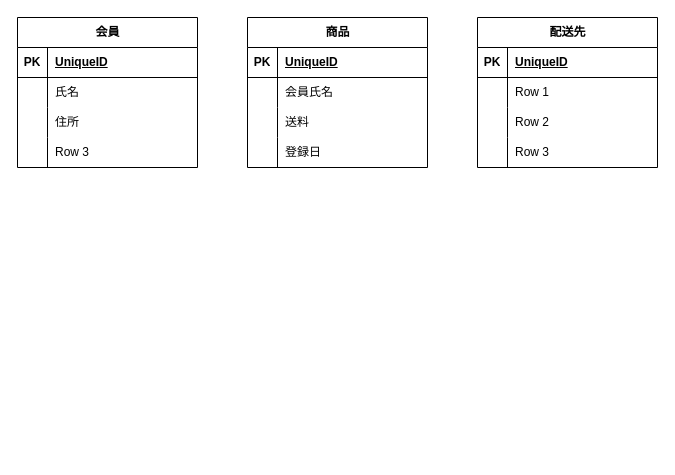
The draw.io diagram 名称未設定ファイル.drawio in syusaku18/git-practice1, before the edit. Source tidied: cells renumbered, new cells numbered last; positions are measured from the earlier drawing's top-left corner, leaving out a move shared by most shapes. Both pictures are drawn from the tidied source at 100%, with x=0, y=0 at pixel (17, 17).
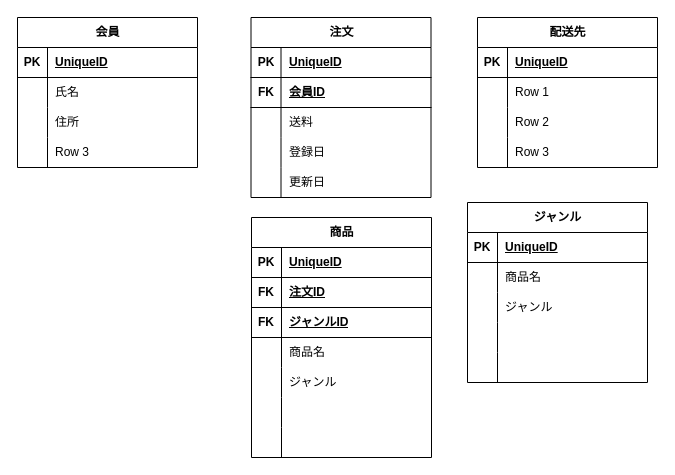
The same page after the edit.

Commit message (it also covers changes not shown here):
名称未設定ファイル.drawio を更新します

Diff of the diagram source:
```diff
@@
-    <mxCell id="2" value="商品" style="shape=table;startSize=30;childLayout=tableLayout;rowLines=0;fontStyle=1;align=center;html=1;" parent="1" vertex="1">
-      <mxGeometry x="230" width="180" height="150" as="geometry" />
+    <mxCell id="2" value="注文" style="shape=table;startSize=30;childLayout=tableLayout;rowLines=0;fontStyle=1;align=center;html=1;" parent="1" vertex="1">
+      <mxGeometry x="233.5" width="180" height="180" as="geometry" />
     </mxCell>
@@
-    <mxCell id="6" style="shape=tableRow;horizontal=0;startSize=0;swimlaneHead=0;swimlaneBody=0;fillColor=none;top=0;left=0;right=0;bottom=0;" parent="2" vertex="1">
-      <mxGeometry y="60" width="180" height="30" as="geometry" />
-    </mxCell>
-    <mxCell id="7" style="shape=partialRectangle;fillColor=none;top=0;left=0;bottom=0;right=0;overflow=hidden;whiteSpace=wrap;html=1;" parent="6" vertex="1">
-      <mxGeometry width="30" height="30" as="geometry" />
-    </mxCell>
-    <mxCell id="8" value="会員氏名" style="shape=partialRectangle;fillColor=none;top=0;left=0;bottom=0;right=0;align=left;spacingLeft=6;overflow=hidden;whiteSpace=wrap;html=1;" parent="6" vertex="1">
-      <mxGeometry x="30" width="150" height="30" as="geometry" />
-    </mxCell>
+    <mxCell id="41" style="shape=tableRow;horizontal=0;startSize=0;swimlaneHead=0;swimlaneBody=0;fillColor=none;top=0;left=0;right=0;bottom=1;" parent="2" vertex="1">
+      <mxGeometry y="60" width="180" height="30" as="geometry" />
+    </mxCell>
+    <mxCell id="42" value="FK" style="shape=partialRectangle;fillColor=none;top=0;left=0;bottom=0;right=0;fontStyle=1;overflow=hidden;whiteSpace=wrap;html=1;" parent="41" vertex="1">
+      <mxGeometry width="30" height="30" as="geometry" />
+    </mxCell>
+    <mxCell id="43" value="会員ID" style="shape=partialRectangle;fillColor=none;top=0;left=0;bottom=0;right=0;align=left;spacingLeft=6;fontStyle=5;overflow=hidden;whiteSpace=wrap;html=1;" parent="41" vertex="1">
+      <mxGeometry x="30" width="150" height="30" as="geometry" />
+    </mxCell>
@@
+    <mxCell id="44" style="shape=tableRow;horizontal=0;startSize=0;swimlaneHead=0;swimlaneBody=0;fillColor=none;top=0;left=0;right=0;bottom=0;" parent="2" vertex="1">
+      <mxGeometry y="150" width="180" height="30" as="geometry" />
+    </mxCell>
+    <mxCell id="45" value="&lt;br&gt;" style="shape=partialRectangle;fillColor=none;top=0;left=0;bottom=0;right=0;overflow=hidden;whiteSpace=wrap;html=1;" parent="44" vertex="1">
+      <mxGeometry width="30" height="30" as="geometry" />
+    </mxCell>
+    <mxCell id="46" value="更新日" style="shape=partialRectangle;fillColor=none;top=0;left=0;bottom=0;right=0;align=left;spacingLeft=6;overflow=hidden;whiteSpace=wrap;html=1;" parent="44" vertex="1">
+      <mxGeometry x="30" width="150" height="30" as="geometry" />
+    </mxCell>
@@
+    <mxCell id="47" value="商品" style="shape=table;startSize=30;childLayout=tableLayout;rowLines=0;fontStyle=1;align=center;html=1;" parent="1" vertex="1">
+      <mxGeometry x="234" y="200" width="180" height="240" as="geometry" />
+    </mxCell>
+    <mxCell id="48" style="shape=tableRow;horizontal=0;startSize=0;swimlaneHead=0;swimlaneBody=0;fillColor=none;top=0;left=0;right=0;bottom=1;" parent="47" vertex="1">
+      <mxGeometry y="30" width="180" height="30" as="geometry" />
+    </mxCell>
+    <mxCell id="49" value="PK" style="shape=partialRectangle;fillColor=none;top=0;left=0;bottom=0;right=0;fontStyle=1;overflow=hidden;whiteSpace=wrap;html=1;" parent="48" vertex="1">
+      <mxGeometry width="30" height="30" as="geometry" />
+    </mxCell>
+    <mxCell id="50" value="UniqueID" style="shape=partialRectangle;fillColor=none;top=0;left=0;bottom=0;right=0;align=left;spacingLeft=6;fontStyle=5;overflow=hidden;whiteSpace=wrap;html=1;" parent="48" vertex="1">
+      <mxGeometry x="30" width="150" height="30" as="geometry" />
+    </mxCell>
+    <mxCell id="51" style="shape=tableRow;horizontal=0;startSize=0;swimlaneHead=0;swimlaneBody=0;fillColor=none;top=0;left=0;right=0;bottom=1;" parent="47" vertex="1">
+      <mxGeometry y="60" width="180" height="30" as="geometry" />
+    </mxCell>
+    <mxCell id="52" value="FK" style="shape=partialRectangle;fillColor=none;top=0;left=0;bottom=0;right=0;fontStyle=1;overflow=hidden;whiteSpace=wrap;html=1;" parent="51" vertex="1">
+      <mxGeometry width="30" height="30" as="geometry" />
+    </mxCell>
+    <mxCell id="53" value="注文ID" style="shape=partialRectangle;fillColor=none;top=0;left=0;bottom=0;right=0;align=left;spacingLeft=6;fontStyle=5;overflow=hidden;whiteSpace=wrap;html=1;" parent="51" vertex="1">
+      <mxGeometry x="30" width="150" height="30" as="geometry" />
+    </mxCell>
+    <mxCell id="54" style="shape=tableRow;horizontal=0;startSize=0;swimlaneHead=0;swimlaneBody=0;fillColor=none;top=0;left=0;right=0;bottom=1;" parent="47" vertex="1">
+      <mxGeometry y="90" width="180" height="30" as="geometry" />
+    </mxCell>
+    <mxCell id="55" value="FK" style="shape=partialRectangle;fillColor=none;top=0;left=0;bottom=0;right=0;fontStyle=1;overflow=hidden;whiteSpace=wrap;html=1;" parent="54" vertex="1">
+      <mxGeometry width="30" height="30" as="geometry" />
+    </mxCell>
+    <mxCell id="56" value="ジャンルID" style="shape=partialRectangle;fillColor=none;top=0;left=0;bottom=0;right=0;align=left;spacingLeft=6;fontStyle=5;overflow=hidden;whiteSpace=wrap;html=1;" parent="54" vertex="1">
+      <mxGeometry x="30" width="150" height="30" as="geometry" />
+    </mxCell>
+    <mxCell id="57" style="shape=tableRow;horizontal=0;startSize=0;swimlaneHead=0;swimlaneBody=0;fillColor=none;top=0;left=0;right=0;bottom=0;" parent="47" vertex="1">
+      <mxGeometry y="120" width="180" height="30" as="geometry" />
+    </mxCell>
+    <mxCell id="58" style="shape=partialRectangle;fillColor=none;top=0;left=0;bottom=0;right=0;overflow=hidden;whiteSpace=wrap;html=1;" parent="57" vertex="1">
+      <mxGeometry width="30" height="30" as="geometry" />
+    </mxCell>
+    <mxCell id="59" value="商品名" style="shape=partialRectangle;fillColor=none;top=0;left=0;bottom=0;right=0;align=left;spacingLeft=6;overflow=hidden;whiteSpace=wrap;html=1;" parent="57" vertex="1">
+      <mxGeometry x="30" width="150" height="30" as="geometry" />
+    </mxCell>
+    <mxCell id="60" style="shape=tableRow;horizontal=0;startSize=0;swimlaneHead=0;swimlaneBody=0;fillColor=none;top=0;left=0;right=0;bottom=0;" parent="47" vertex="1">
+      <mxGeometry y="150" width="180" height="30" as="geometry" />
+    </mxCell>
+    <mxCell id="61" style="shape=partialRectangle;fillColor=none;top=0;left=0;bottom=0;right=0;overflow=hidden;whiteSpace=wrap;html=1;" parent="60" vertex="1">
+      <mxGeometry width="30" height="30" as="geometry" />
+    </mxCell>
+    <mxCell id="62" value="ジャンル" style="shape=partialRectangle;fillColor=none;top=0;left=0;bottom=0;right=0;align=left;spacingLeft=6;overflow=hidden;whiteSpace=wrap;html=1;" parent="60" vertex="1">
+      <mxGeometry x="30" width="150" height="30" as="geometry" />
+    </mxCell>
+    <mxCell id="63" style="shape=tableRow;horizontal=0;startSize=0;swimlaneHead=0;swimlaneBody=0;fillColor=none;top=0;left=0;right=0;bottom=0;" parent="47" vertex="1">
+      <mxGeometry y="180" width="180" height="30" as="geometry" />
+    </mxCell>
+    <mxCell id="64" value="&lt;br&gt;" style="shape=partialRectangle;fillColor=none;top=0;left=0;bottom=0;right=0;overflow=hidden;whiteSpace=wrap;html=1;" parent="63" vertex="1">
+      <mxGeometry width="30" height="30" as="geometry" />
+    </mxCell>
+    <mxCell id="65" style="shape=partialRectangle;fillColor=none;top=0;left=0;bottom=0;right=0;align=left;spacingLeft=6;overflow=hidden;whiteSpace=wrap;html=1;" parent="63" vertex="1">
+      <mxGeometry x="30" width="150" height="30" as="geometry" />
+    </mxCell>
+    <mxCell id="66" style="shape=tableRow;horizontal=0;startSize=0;swimlaneHead=0;swimlaneBody=0;fillColor=none;top=0;left=0;right=0;bottom=0;" parent="47" vertex="1">
+      <mxGeometry y="210" width="180" height="30" as="geometry" />
+    </mxCell>
+    <mxCell id="67" value="&lt;br&gt;" style="shape=partialRectangle;fillColor=none;top=0;left=0;bottom=0;right=0;overflow=hidden;whiteSpace=wrap;html=1;" parent="66" vertex="1">
+      <mxGeometry width="30" height="30" as="geometry" />
+    </mxCell>
+    <mxCell id="68" style="shape=partialRectangle;fillColor=none;top=0;left=0;bottom=0;right=0;align=left;spacingLeft=6;overflow=hidden;whiteSpace=wrap;html=1;" parent="66" vertex="1">
+      <mxGeometry x="30" width="150" height="30" as="geometry" />
+    </mxCell>
+    <mxCell id="69" value="ジャンル" style="shape=table;startSize=30;childLayout=tableLayout;rowLines=0;fontStyle=1;align=center;html=1;" parent="1" vertex="1">
+      <mxGeometry x="450" y="185" width="180" height="180" as="geometry" />
+    </mxCell>
+    <mxCell id="70" style="shape=tableRow;horizontal=0;startSize=0;swimlaneHead=0;swimlaneBody=0;fillColor=none;top=0;left=0;right=0;bottom=1;" parent="69" vertex="1">
+      <mxGeometry y="30" width="180" height="30" as="geometry" />
+    </mxCell>
+    <mxCell id="71" value="PK" style="shape=partialRectangle;fillColor=none;top=0;left=0;bottom=0;right=0;fontStyle=1;overflow=hidden;whiteSpace=wrap;html=1;" parent="70" vertex="1">
+      <mxGeometry width="30" height="30" as="geometry" />
+    </mxCell>
+    <mxCell id="72" value="UniqueID" style="shape=partialRectangle;fillColor=none;top=0;left=0;bottom=0;right=0;align=left;spacingLeft=6;fontStyle=5;overflow=hidden;whiteSpace=wrap;html=1;" parent="70" vertex="1">
+      <mxGeometry x="30" width="150" height="30" as="geometry" />
+    </mxCell>
+    <mxCell id="6" style="shape=tableRow;horizontal=0;startSize=0;swimlaneHead=0;swimlaneBody=0;fillColor=none;top=0;left=0;right=0;bottom=0;" parent="69" vertex="1">
+      <mxGeometry y="60" width="180" height="30" as="geometry" />
+    </mxCell>
+    <mxCell id="73" style="shape=partialRectangle;fillColor=none;top=0;left=0;bottom=0;right=0;overflow=hidden;whiteSpace=wrap;html=1;" parent="6" vertex="1">
+      <mxGeometry width="30" height="30" as="geometry" />
+    </mxCell>
+    <mxCell id="74" value="商品名" style="shape=partialRectangle;fillColor=none;top=0;left=0;bottom=0;right=0;align=left;spacingLeft=6;overflow=hidden;whiteSpace=wrap;html=1;" parent="6" vertex="1">
+      <mxGeometry x="30" width="150" height="30" as="geometry" />
+    </mxCell>
+    <mxCell id="75" style="shape=tableRow;horizontal=0;startSize=0;swimlaneHead=0;swimlaneBody=0;fillColor=none;top=0;left=0;right=0;bottom=0;" parent="69" vertex="1">
+      <mxGeometry y="90" width="180" height="30" as="geometry" />
+    </mxCell>
+    <mxCell id="76" style="shape=partialRectangle;fillColor=none;top=0;left=0;bottom=0;right=0;overflow=hidden;whiteSpace=wrap;html=1;" parent="75" vertex="1">
+      <mxGeometry width="30" height="30" as="geometry" />
+    </mxCell>
+    <mxCell id="77" value="ジャンル" style="shape=partialRectangle;fillColor=none;top=0;left=0;bottom=0;right=0;align=left;spacingLeft=6;overflow=hidden;whiteSpace=wrap;html=1;" parent="75" vertex="1">
+      <mxGeometry x="30" width="150" height="30" as="geometry" />
+    </mxCell>
+    <mxCell id="78" style="shape=tableRow;horizontal=0;startSize=0;swimlaneHead=0;swimlaneBody=0;fillColor=none;top=0;left=0;right=0;bottom=0;" parent="69" vertex="1">
+      <mxGeometry y="120" width="180" height="30" as="geometry" />
+    </mxCell>
+    <mxCell id="79" value="&lt;br&gt;" style="shape=partialRectangle;fillColor=none;top=0;left=0;bottom=0;right=0;overflow=hidden;whiteSpace=wrap;html=1;" parent="78" vertex="1">
+      <mxGeometry width="30" height="30" as="geometry" />
+    </mxCell>
+    <mxCell id="80" style="shape=partialRectangle;fillColor=none;top=0;left=0;bottom=0;right=0;align=left;spacingLeft=6;overflow=hidden;whiteSpace=wrap;html=1;" parent="78" vertex="1">
+      <mxGeometry x="30" width="150" height="30" as="geometry" />
+    </mxCell>
+    <mxCell id="81" style="shape=tableRow;horizontal=0;startSize=0;swimlaneHead=0;swimlaneBody=0;fillColor=none;top=0;left=0;right=0;bottom=0;" parent="69" vertex="1">
+      <mxGeometry y="150" width="180" height="30" as="geometry" />
+    </mxCell>
+    <mxCell id="82" value="&lt;br&gt;" style="shape=partialRectangle;fillColor=none;top=0;left=0;bottom=0;right=0;overflow=hidden;whiteSpace=wrap;html=1;" parent="81" vertex="1">
+      <mxGeometry width="30" height="30" as="geometry" />
+    </mxCell>
+    <mxCell id="83" style="shape=partialRectangle;fillColor=none;top=0;left=0;bottom=0;right=0;align=left;spacingLeft=6;overflow=hidden;whiteSpace=wrap;html=1;" parent="81" vertex="1">
+      <mxGeometry x="30" width="150" height="30" as="geometry" />
+    </mxCell>
```
